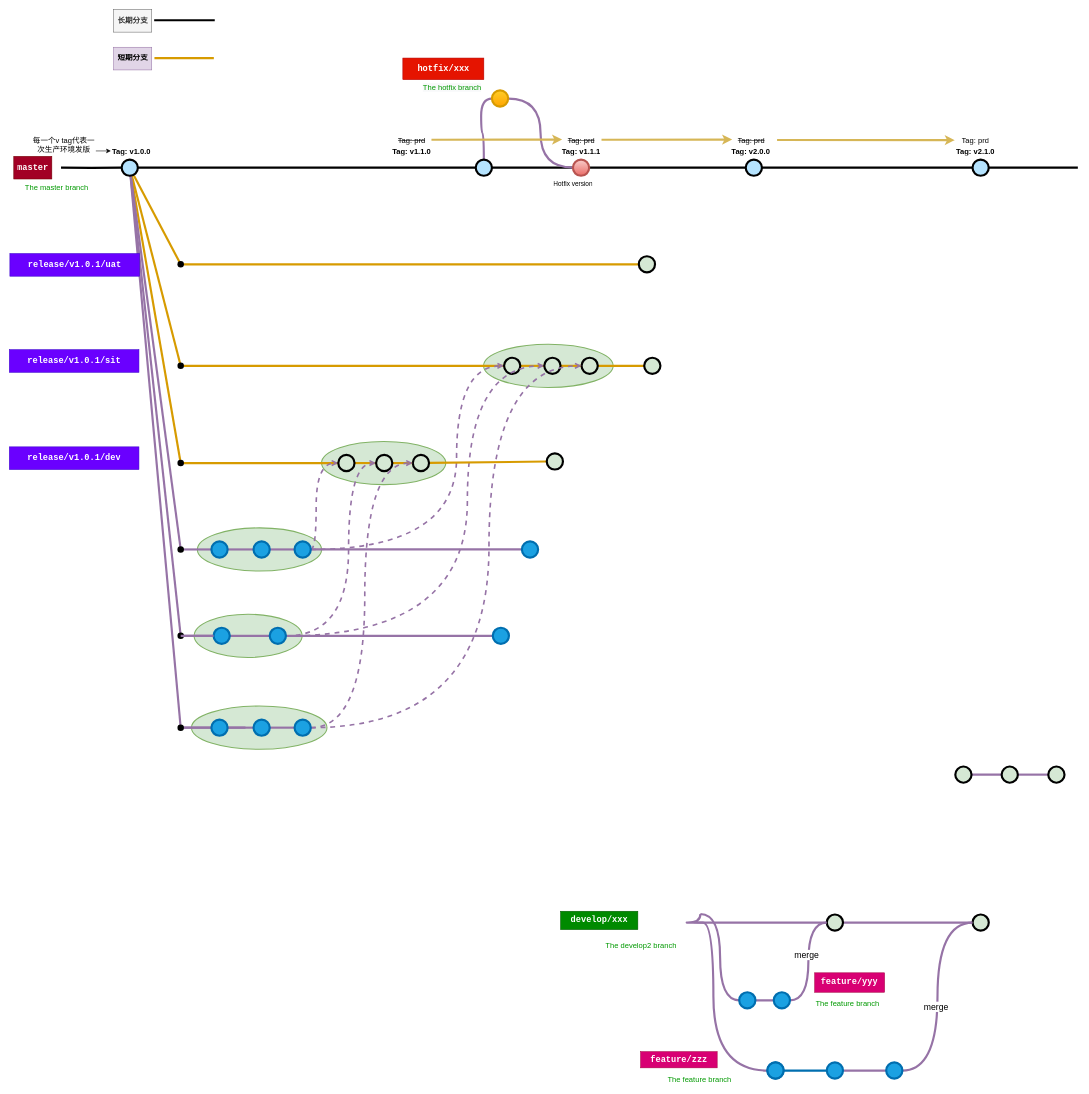
This is Untitled Diagram.drawio from bbcpan/SpringCloud, a draw.io file, before an edit. Source tidied: cells renumbered, new cells numbered last; positions are measured from the earlier drawing's top-left corner, leaving out a move shared by most shapes. Both pictures are drawn from the tidied source at 54%, with x=0, y=0 at pixel (9, 9).
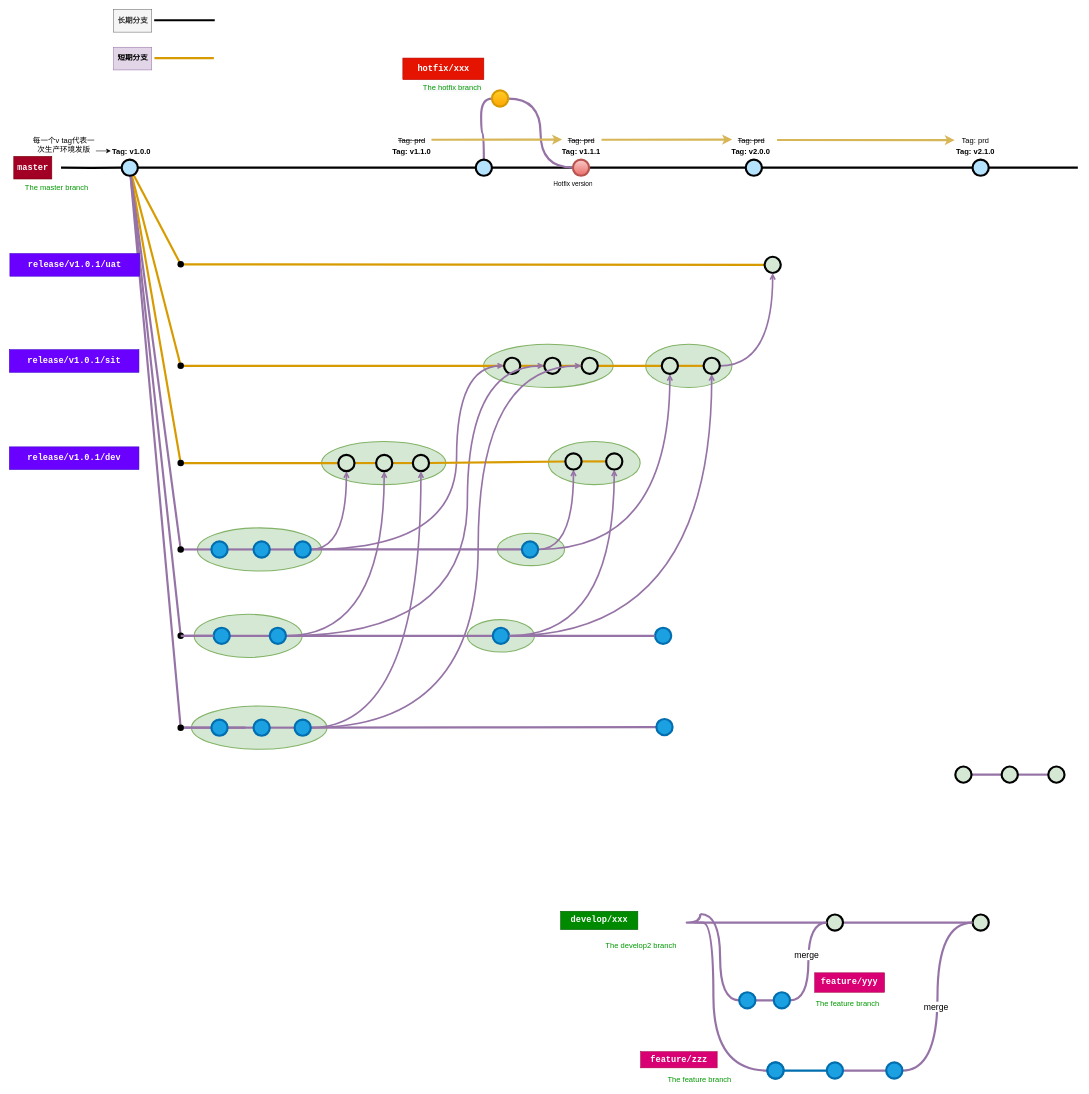
Above is the later version.

Unchanged cells that the change refers to:
```xml
<mxCell id="100" style="verticalLabelPosition=bottom;verticalAlign=top;html=1;strokeWidth=4;shape=mxgraph.flowchart.on-page_reference;strokeColor=#006EAF;fillColor=#1ba1e2;fontColor=#ffffff;" parent="1" vertex="1">
  <mxGeometry x="528" y="985" width="30" height="30" as="geometry" />
</mxCell>
<mxCell id="102" style="verticalLabelPosition=bottom;verticalAlign=top;html=1;strokeWidth=4;shape=mxgraph.flowchart.on-page_reference;plain-purple;gradientColor=none;strokeColor=#000000;fillColor=#D5E8D4;" parent="1" vertex="1">
  <mxGeometry x="609" y="825" width="30" height="30" as="geometry" />
</mxCell>
<mxCell id="104" style="verticalLabelPosition=bottom;verticalAlign=top;html=1;strokeWidth=4;shape=mxgraph.flowchart.on-page_reference;plain-purple;gradientColor=none;strokeColor=#000000;fillColor=#D5E8D4;" parent="1" vertex="1">
  <mxGeometry x="916" y="645" width="30" height="30" as="geometry" />
</mxCell>
<mxCell id="110" style="verticalLabelPosition=bottom;verticalAlign=top;html=1;strokeWidth=4;shape=mxgraph.flowchart.on-page_reference;strokeColor=#006EAF;fillColor=#1ba1e2;fontColor=#ffffff;" parent="1" vertex="1">
  <mxGeometry x="482" y="1145" width="30" height="30" as="geometry" />
</mxCell>
<mxCell id="112" style="verticalLabelPosition=bottom;verticalAlign=top;html=1;strokeWidth=4;shape=mxgraph.flowchart.on-page_reference;plain-purple;gradientColor=none;strokeColor=#000000;fillColor=#D5E8D4;" parent="1" vertex="1">
  <mxGeometry x="679" y="825" width="30" height="30" as="geometry" />
</mxCell>
<mxCell id="115" style="verticalLabelPosition=bottom;verticalAlign=top;html=1;strokeWidth=4;shape=mxgraph.flowchart.on-page_reference;plain-purple;gradientColor=none;strokeColor=#000000;fillColor=#D5E8D4;" parent="1" vertex="1">
  <mxGeometry x="990.5" y="645" width="30" height="30" as="geometry" />
</mxCell>
<mxCell id="116" style="verticalLabelPosition=bottom;verticalAlign=top;html=1;strokeWidth=4;shape=mxgraph.flowchart.on-page_reference;strokeColor=#006EAF;fillColor=#1ba1e2;fontColor=#ffffff;" parent="1" vertex="1">
  <mxGeometry x="949" y="985" width="30" height="30" as="geometry" />
</mxCell>
<mxCell id="117" style="verticalLabelPosition=bottom;verticalAlign=top;html=1;strokeWidth=4;shape=mxgraph.flowchart.on-page_reference;strokeColor=#006EAF;fillColor=#1ba1e2;fontColor=#ffffff;" parent="1" vertex="1">
  <mxGeometry x="895" y="1145" width="30" height="30" as="geometry" />
</mxCell>
<mxCell id="119" style="verticalLabelPosition=bottom;verticalAlign=top;html=1;strokeWidth=4;shape=mxgraph.flowchart.on-page_reference;plain-purple;gradientColor=none;strokeColor=#000000;fillColor=#D5E8D4;" parent="1" vertex="1">
  <mxGeometry x="747" y="825" width="30" height="30" as="geometry" />
</mxCell>
<mxCell id="121" style="verticalLabelPosition=bottom;verticalAlign=top;html=1;strokeWidth=4;shape=mxgraph.flowchart.on-page_reference;plain-purple;gradientColor=none;strokeColor=#000000;fillColor=#D5E8D4;" parent="1" vertex="1">
  <mxGeometry x="1059.5" y="645" width="30" height="30" as="geometry" />
</mxCell>
<mxCell id="133" style="verticalLabelPosition=bottom;verticalAlign=top;html=1;strokeWidth=4;shape=mxgraph.flowchart.on-page_reference;strokeColor=#006EAF;fillColor=#1ba1e2;fontColor=#ffffff;" parent="1" vertex="1">
  <mxGeometry x="528" y="1315" width="30" height="30" as="geometry" />
</mxCell>
```

Diff of the diagram source:
```diff
@@
+    <mxCell id="136" style="ellipse;whiteSpace=wrap;html=1;fontFamily=Helvetica;fontSize=15;fillColor=#d5e8d4;strokeColor=#82b366;strokeWidth=2;" parent="1" vertex="1">
+      <mxGeometry x="1178" y="620" width="160" height="80" as="geometry" />
+    </mxCell>
+    <mxCell id="137" style="ellipse;whiteSpace=wrap;html=1;fontFamily=Helvetica;fontSize=15;fillColor=#d5e8d4;strokeColor=#82b366;strokeWidth=2;" parent="1" vertex="1">
+      <mxGeometry x="998" y="800" width="170" height="80" as="geometry" />
+    </mxCell>
+    <mxCell id="138" style="ellipse;whiteSpace=wrap;html=1;fontFamily=Helvetica;fontSize=15;fillColor=#d5e8d4;strokeColor=#82b366;strokeWidth=2;" parent="1" vertex="1">
+      <mxGeometry x="847.8" y="1130" width="124.5" height="60" as="geometry" />
+    </mxCell>
+    <mxCell id="139" style="ellipse;whiteSpace=wrap;html=1;fontFamily=Helvetica;fontSize=15;fillColor=#d5e8d4;strokeColor=#82b366;strokeWidth=2;" parent="1" vertex="1">
+      <mxGeometry x="903.5" y="970" width="124.5" height="60" as="geometry" />
+    </mxCell>
@@
     <mxCell id="37" style="verticalLabelPosition=bottom;verticalAlign=top;html=1;strokeWidth=4;shape=mxgraph.flowchart.on-page_reference;plain-purple;gradientColor=none;strokeColor=#000000;fillColor=#D5E8D4;" parent="1" vertex="1">
-      <mxGeometry x="1165.5" y="457" width="30" height="30" as="geometry" />
+      <mxGeometry x="1398.4" y="458" width="30" height="30" as="geometry" />
     </mxCell>
@@
-    <mxCell id="98" style="edgeStyle=orthogonalEdgeStyle;shape=connector;curved=1;rounded=0;sketch=0;jettySize=auto;html=1;shadow=0;dashed=1;labelBackgroundColor=default;fontFamily=Helvetica;fontSize=15;fontColor=default;endArrow=open;endFill=0;strokeColor=#9673a6;strokeWidth=3;fillColor=#e1d5e7;" parent="1" edge="1" source="100" target="102">
+    <mxCell id="98" style="edgeStyle=orthogonalEdgeStyle;shape=connector;curved=1;rounded=0;sketch=0;jettySize=auto;html=1;shadow=0;labelBackgroundColor=default;fontFamily=Helvetica;fontSize=15;fontColor=default;endArrow=open;endFill=0;strokeColor=#9673a6;strokeWidth=3;fillColor=#e1d5e7;" parent="1" edge="1" source="100" target="102">
       <mxGeometry relative="1" as="geometry">
         <Array as="points">
-          <mxPoint x="568" y="1000" />
-          <mxPoint x="568" y="840" />
+          <mxPoint x="624" y="1000" />
         </Array>
       </mxGeometry>
     </mxCell>
-    <mxCell id="99" style="edgeStyle=orthogonalEdgeStyle;shape=connector;curved=1;rounded=0;sketch=0;jettySize=auto;html=1;shadow=0;dashed=1;labelBackgroundColor=default;fontFamily=Helvetica;fontSize=15;fontColor=default;endArrow=open;endFill=0;strokeColor=#9673a6;strokeWidth=3;fillColor=#e1d5e7;" parent="1" edge="1" source="100" target="104">
+    <mxCell id="99" style="edgeStyle=orthogonalEdgeStyle;shape=connector;curved=1;rounded=0;sketch=0;jettySize=auto;html=1;shadow=0;labelBackgroundColor=default;fontFamily=Helvetica;fontSize=15;fontColor=default;endArrow=open;endFill=0;strokeColor=#9673a6;strokeWidth=3;fillColor=#e1d5e7;" parent="1" edge="1" source="100" target="104">
       <mxGeometry relative="1" as="geometry">
         <Array as="points">
           <mxPoint x="828" y="1000" />
           <mxPoint x="828" y="660" />
         </Array>
       </mxGeometry>
     </mxCell>
@@
-    <mxCell id="108" style="edgeStyle=orthogonalEdgeStyle;shape=connector;curved=1;rounded=0;sketch=0;jettySize=auto;html=1;shadow=0;dashed=1;labelBackgroundColor=default;fontFamily=Helvetica;fontSize=15;fontColor=default;endArrow=open;endFill=0;strokeColor=#9673a6;strokeWidth=3;fillColor=#e1d5e7;" parent="1" edge="1" source="110" target="112">
+    <mxCell id="108" style="edgeStyle=orthogonalEdgeStyle;shape=connector;curved=1;rounded=0;sketch=0;jettySize=auto;html=1;shadow=0;labelBackgroundColor=default;fontFamily=Helvetica;fontSize=15;fontColor=default;endArrow=open;endFill=0;strokeColor=#9673a6;strokeWidth=3;fillColor=#e1d5e7;" parent="1" edge="1" source="110" target="112">
       <mxGeometry relative="1" as="geometry">
         <Array as="points">
-          <mxPoint x="628" y="1160" />
-          <mxPoint x="628" y="840" />
+          <mxPoint x="694" y="1160" />
         </Array>
       </mxGeometry>
     </mxCell>
-    <mxCell id="109" style="edgeStyle=orthogonalEdgeStyle;shape=connector;curved=1;rounded=0;sketch=0;jettySize=auto;html=1;shadow=0;dashed=1;labelBackgroundColor=default;fontFamily=Helvetica;fontSize=15;fontColor=default;endArrow=open;endFill=0;strokeColor=#9673a6;strokeWidth=3;fillColor=#e1d5e7;" parent="1" edge="1" source="110" target="115">
+    <mxCell id="109" style="edgeStyle=orthogonalEdgeStyle;shape=connector;curved=1;rounded=0;sketch=0;jettySize=auto;html=1;shadow=0;labelBackgroundColor=default;fontFamily=Helvetica;fontSize=15;fontColor=default;endArrow=open;endFill=0;strokeColor=#9673a6;strokeWidth=3;fillColor=#e1d5e7;" parent="1" edge="1" source="110" target="115">
       <mxGeometry relative="1" as="geometry">
         <Array as="points">
           <mxPoint x="848" y="1160" />
           <mxPoint x="848" y="660" />
         </Array>
       </mxGeometry>
     </mxCell>
@@
+    <mxCell id="140" style="edgeStyle=orthogonalEdgeStyle;shape=connector;curved=1;rounded=0;sketch=0;jettySize=auto;html=1;shadow=0;labelBackgroundColor=default;fontFamily=Helvetica;fontSize=15;fontColor=default;endArrow=open;endFill=0;strokeColor=#9673a6;strokeWidth=3;fillColor=#e1d5e7;" parent="1" edge="1" source="116" target="122">
+      <mxGeometry relative="1" as="geometry" />
+    </mxCell>
+    <mxCell id="141" style="edgeStyle=orthogonalEdgeStyle;shape=connector;curved=1;rounded=0;sketch=0;jettySize=auto;html=1;shadow=0;labelBackgroundColor=default;fontFamily=Helvetica;fontSize=15;fontColor=default;endArrow=open;endFill=0;strokeColor=#9673a6;strokeWidth=3;fillColor=#e1d5e7;" parent="1" edge="1" source="116" target="123">
+      <mxGeometry relative="1" as="geometry" />
+    </mxCell>
@@
+    <mxCell id="142" style="edgeStyle=orthogonalEdgeStyle;shape=connector;curved=1;rounded=0;sketch=0;jettySize=auto;html=1;shadow=0;labelBackgroundColor=default;fontFamily=Helvetica;fontSize=15;fontColor=default;endArrow=open;endFill=0;strokeColor=#9673a6;strokeWidth=3;fillColor=#e1d5e7;" parent="1" edge="1" source="117" target="148">
+      <mxGeometry relative="1" as="geometry" />
+    </mxCell>
+    <mxCell id="143" style="edgeStyle=orthogonalEdgeStyle;shape=connector;curved=1;rounded=0;sketch=0;jettySize=auto;html=1;shadow=0;labelBackgroundColor=default;fontFamily=Helvetica;fontSize=15;fontColor=default;endArrow=open;endFill=0;strokeColor=#9673a6;strokeWidth=3;fillColor=#e1d5e7;startArrow=none;exitX=1;exitY=0.5;exitDx=0;exitDy=0;exitPerimeter=0;" parent="1" edge="1" source="117" target="150">
+      <mxGeometry relative="1" as="geometry" />
+    </mxCell>
+    <mxCell id="144" style="edgeStyle=none;shape=connector;rounded=0;jettySize=auto;html=1;labelBackgroundColor=default;fontFamily=Helvetica;fontSize=15;fontColor=default;endArrow=none;endFill=0;strokeColor=#9673a6;strokeWidth=4;fillColor=#e1d5e7;" parent="1" edge="1" source="117" target="151">
+      <mxGeometry relative="1" as="geometry" />
+    </mxCell>
@@
+    <mxCell id="145" style="edgeStyle=orthogonalEdgeStyle;shape=connector;curved=1;rounded=0;sketch=0;jettySize=auto;html=1;shadow=0;labelBackgroundColor=default;fontFamily=Helvetica;fontSize=15;fontColor=default;endArrow=none;endFill=0;strokeColor=#d79b00;strokeWidth=4;fillColor=#ffe6cc;startArrow=none;" parent="1" edge="1" source="122" target="148">
+      <mxGeometry relative="1" as="geometry" />
+    </mxCell>
     <mxCell id="122" style="verticalLabelPosition=bottom;verticalAlign=top;html=1;strokeWidth=4;shape=mxgraph.flowchart.on-page_reference;plain-purple;gradientColor=none;strokeColor=#000000;fillColor=#D5E8D4;" parent="1" vertex="1">
-      <mxGeometry x="995" y="822" width="30" height="30" as="geometry" />
+      <mxGeometry x="1029.5" y="822" width="30" height="30" as="geometry" />
     </mxCell>
+    <mxCell id="146" style="edgeStyle=none;shape=connector;rounded=0;jettySize=auto;html=1;labelBackgroundColor=default;fontFamily=Helvetica;fontSize=15;fontColor=default;startArrow=none;endArrow=none;endFill=0;strokeColor=#d79b00;strokeWidth=4;fillColor=#ffe6cc;" parent="1" edge="1" source="123" target="150">
+      <mxGeometry relative="1" as="geometry" />
+    </mxCell>
     <mxCell id="123" style="verticalLabelPosition=bottom;verticalAlign=top;html=1;strokeWidth=4;shape=mxgraph.flowchart.on-page_reference;plain-purple;gradientColor=none;strokeColor=#000000;fillColor=#D5E8D4;" parent="1" vertex="1">
-      <mxGeometry x="1175.5" y="645" width="30" height="30" as="geometry" />
+      <mxGeometry x="1208" y="645" width="30" height="30" as="geometry" />
     </mxCell>
@@
-    <mxCell id="131" style="edgeStyle=orthogonalEdgeStyle;shape=connector;curved=1;rounded=0;sketch=0;jettySize=auto;html=1;shadow=0;dashed=1;labelBackgroundColor=default;fontFamily=Helvetica;fontSize=15;fontColor=default;endArrow=open;endFill=0;strokeColor=#9673a6;strokeWidth=3;fillColor=#e1d5e7;" parent="1" edge="1" source="133" target="119">
+    <mxCell id="131" style="edgeStyle=orthogonalEdgeStyle;shape=connector;curved=1;rounded=0;sketch=0;jettySize=auto;html=1;shadow=0;labelBackgroundColor=default;fontFamily=Helvetica;fontSize=15;fontColor=default;endArrow=open;endFill=0;strokeColor=#9673a6;strokeWidth=3;fillColor=#e1d5e7;" parent="1" edge="1" source="133" target="119">
       <mxGeometry relative="1" as="geometry">
         <Array as="points">
-          <mxPoint x="658" y="1330" />
-          <mxPoint x="658" y="840" />
+          <mxPoint x="762" y="1330" />
         </Array>
       </mxGeometry>
     </mxCell>
-    <mxCell id="132" style="edgeStyle=orthogonalEdgeStyle;shape=connector;curved=1;rounded=0;sketch=0;jettySize=auto;html=1;shadow=0;dashed=1;labelBackgroundColor=default;fontFamily=Helvetica;fontSize=15;fontColor=default;endArrow=open;endFill=0;strokeColor=#9673a6;strokeWidth=3;fillColor=#e1d5e7;" parent="1" edge="1" source="133" target="121">
+    <mxCell id="132" style="edgeStyle=orthogonalEdgeStyle;shape=connector;curved=1;rounded=0;sketch=0;jettySize=auto;html=1;shadow=0;labelBackgroundColor=default;fontFamily=Helvetica;fontSize=15;fontColor=default;endArrow=open;endFill=0;strokeColor=#9673a6;strokeWidth=3;fillColor=#e1d5e7;" parent="1" edge="1" source="133" target="121">
       <mxGeometry relative="1" as="geometry">
         <Array as="points">
-          <mxPoint x="888" y="1330" />
-          <mxPoint x="888" y="660" />
+          <mxPoint x="868" y="1330" />
+          <mxPoint x="868" y="660" />
         </Array>
       </mxGeometry>
     </mxCell>
+    <mxCell id="147" style="edgeStyle=orthogonalEdgeStyle;shape=connector;curved=1;rounded=0;sketch=0;jettySize=auto;html=1;shadow=0;labelBackgroundColor=default;fontFamily=Helvetica;fontSize=15;fontColor=default;endArrow=none;endFill=0;strokeColor=#9673a6;strokeWidth=4;fillColor=#e1d5e7;" parent="1" edge="1" source="133" target="153">
+      <mxGeometry relative="1" as="geometry" />
+    </mxCell>
@@
+    <mxCell id="148" style="verticalLabelPosition=bottom;verticalAlign=top;html=1;strokeWidth=4;shape=mxgraph.flowchart.on-page_reference;plain-purple;gradientColor=none;strokeColor=#000000;fillColor=#D5E8D4;" parent="1" vertex="1">
+      <mxGeometry x="1105" y="822" width="30" height="30" as="geometry" />
+    </mxCell>
+    <mxCell id="149" style="edgeStyle=orthogonalEdgeStyle;shape=connector;curved=1;rounded=0;sketch=0;jettySize=auto;html=1;shadow=0;labelBackgroundColor=default;fontFamily=Helvetica;fontSize=15;fontColor=default;startArrow=none;endArrow=open;endFill=0;strokeColor=#9673a6;strokeWidth=3;fillColor=#e1d5e7;" parent="1" edge="1" source="150" target="37">
+      <mxGeometry relative="1" as="geometry" />
+    </mxCell>
+    <mxCell id="150" style="verticalLabelPosition=bottom;verticalAlign=top;html=1;strokeWidth=4;shape=mxgraph.flowchart.on-page_reference;plain-purple;gradientColor=none;strokeColor=#000000;fillColor=#D5E8D4;" parent="1" vertex="1">
+      <mxGeometry x="1285.5" y="645" width="30" height="30" as="geometry" />
+    </mxCell>
+    <mxCell id="151" style="verticalLabelPosition=bottom;verticalAlign=top;html=1;strokeWidth=4;shape=mxgraph.flowchart.on-page_reference;strokeColor=#006EAF;fillColor=#1ba1e2;fontColor=#ffffff;" parent="1" vertex="1">
+      <mxGeometry x="1195.5" y="1145" width="30" height="30" as="geometry" />
+    </mxCell>
+    <mxCell id="152" style="edgeStyle=orthogonalEdgeStyle;shape=connector;curved=1;rounded=0;sketch=0;jettySize=auto;html=1;shadow=0;labelBackgroundColor=default;fontFamily=Helvetica;fontSize=15;fontColor=default;endArrow=none;endFill=0;strokeColor=#9673a6;strokeWidth=3;fillColor=#e1d5e7;" parent="1" edge="1" source="117" target="151">
+      <mxGeometry relative="1" as="geometry" />
+    </mxCell>
+    <mxCell id="153" style="verticalLabelPosition=bottom;verticalAlign=top;html=1;strokeWidth=4;shape=mxgraph.flowchart.on-page_reference;strokeColor=#006EAF;fillColor=#1ba1e2;fontColor=#ffffff;" parent="1" vertex="1">
+      <mxGeometry x="1198" y="1314" width="30" height="30" as="geometry" />
+    </mxCell>
```
